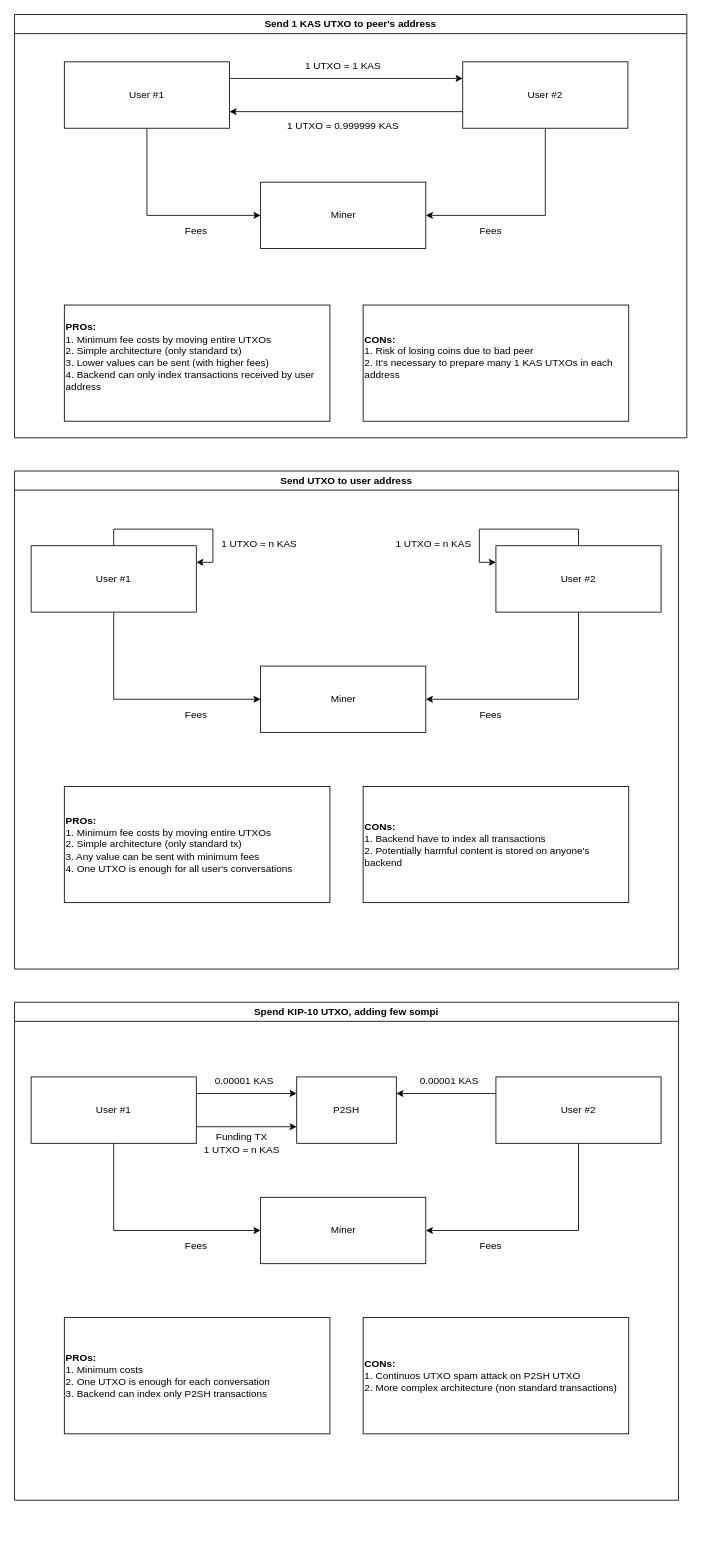
Earlier version of the draw.io diagram page "Scenarios" (3 of 3) of project-info/Architecture-dataflow.drawio (thesheepcat/kaspatalk-frontend). Source tidied: cells renumbered, new cells numbered last; positions are measured from the earlier drawing's top-left corner, leaving out a move shared by most shapes. Both pictures are drawn from the tidied source at 83%, with x=0, y=0 at pixel (14, 14).
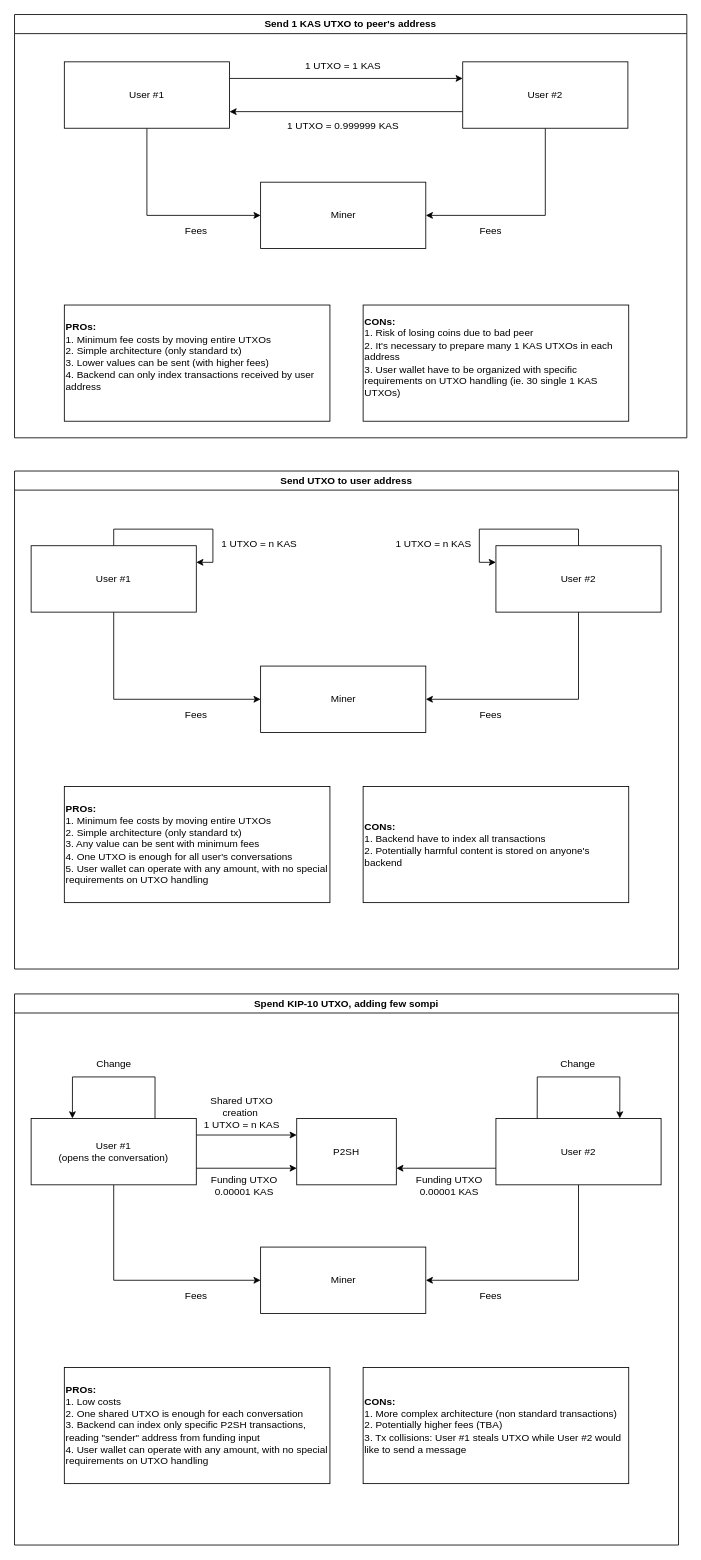
After the change.

The change refers to these unchanged cells:
```xml
<mxCell id="2" value="Send 1 KAS UTXO to peer's address" style="swimlane;whiteSpace=wrap;html=1;labelBackgroundColor=default;" parent="1" vertex="1">
  <mxGeometry width="810" height="510" as="geometry" />
</mxCell>
<mxCell id="16" value="Send UTXO to user address" style="swimlane;whiteSpace=wrap;html=1;labelBackgroundColor=default;" parent="1" vertex="1">
  <mxGeometry y="550" width="800" height="600" as="geometry" />
</mxCell>
```

What changed in the source:
```diff
@@
-    <mxCell id="10" value="&lt;b&gt;CONs:&lt;/b&gt;&lt;br&gt;1. Risk of losing coins due to bad peer&lt;div&gt;2. It's necessary to prepare many 1 KAS UTXOs in each address&lt;/div&gt;&lt;div&gt;&lt;br&gt;&lt;/div&gt;" style="rounded=0;whiteSpace=wrap;html=1;align=left;spacingLeft=0;" parent="2" vertex="1">
+    <mxCell id="10" value="&lt;b&gt;CONs:&lt;/b&gt;&lt;br&gt;1. Risk of losing coins due to bad peer&lt;div&gt;2. It's necessary to prepare many 1 KAS UTXOs in each address&lt;/div&gt;&lt;div&gt;3. User wallet have to be organized with specific&amp;nbsp; requirements on UTXO handling (ie. 30 single 1 KAS UTXOs)&amp;nbsp;&lt;/div&gt;&lt;div&gt;&lt;br&gt;&lt;/div&gt;" style="rounded=0;whiteSpace=wrap;html=1;align=left;spacingLeft=0;" parent="2" vertex="1">
       <mxGeometry x="420" y="350" width="320" height="140" as="geometry" />
     </mxCell>
@@
-    <mxCell id="23" value="&lt;b&gt;PROs:&lt;/b&gt;&lt;br&gt;1. Minimum fee costs by moving entire UTXOs&lt;div&gt;2. Simple architecture (only standard tx)&lt;/div&gt;&lt;div&gt;3. Any value can be sent with minimum fees&lt;/div&gt;&lt;div&gt;4. One UTXO is enough for all user's conversations&lt;/div&gt;" style="rounded=0;whiteSpace=wrap;html=1;align=left;" parent="16" vertex="1">
+    <mxCell id="23" value="&lt;b&gt;PROs:&lt;/b&gt;&lt;br&gt;1. Minimum fee costs by moving entire UTXOs&lt;div&gt;2. Simple architecture (only standard tx)&lt;/div&gt;&lt;div&gt;3. Any value can be sent with minimum fees&lt;/div&gt;&lt;div&gt;4. One UTXO is enough for all user's conversations&lt;br&gt;5. User wallet can operate with any amount, with no special requirements on UTXO handling&lt;/div&gt;" style="rounded=0;whiteSpace=wrap;html=1;align=left;" parent="16" vertex="1">
       <mxGeometry x="60" y="380" width="320" height="140" as="geometry" />
     </mxCell>
@@
     <mxCell id="30" value="Spend KIP-10 UTXO, adding few sompi" style="swimlane;whiteSpace=wrap;html=1;labelBackgroundColor=default;" parent="1" vertex="1">
-      <mxGeometry y="1190" width="800" height="600" as="geometry" />
+      <mxGeometry y="1180" width="800" height="664" as="geometry" />
     </mxCell>
@@
-    <mxCell id="32" style="edgeStyle=orthogonalEdgeStyle;rounded=0;jettySize=auto;html=1;exitX=1;exitY=0.75;exitDx=0;exitDy=0;entryX=0;entryY=0.75;entryDx=0;entryDy=0;" parent="30" edge="1" source="34" target="44">
-      <mxGeometry relative="1" as="geometry" />
+    <mxCell id="32" style="edgeStyle=orthogonalEdgeStyle;rounded=0;orthogonalLoop=1;jettySize=auto;html=1;exitX=1;exitY=0.75;exitDx=0;exitDy=0;entryX=0;entryY=0.75;entryDx=0;entryDy=0;" parent="30" edge="1">
+      <mxGeometry relative="1" as="geometry">
+        <mxPoint x="219" y="170" as="sourcePoint" />
+        <mxPoint x="340" y="170" as="targetPoint" />
+      </mxGeometry>
     </mxCell>
-    <mxCell id="33" style="edgeStyle=orthogonalEdgeStyle;rounded=0;jettySize=auto;html=1;exitX=1;exitY=0.25;exitDx=0;exitDy=0;entryX=0;entryY=0.25;entryDx=0;entryDy=0;" parent="30" edge="1" source="34" target="44">
-      <mxGeometry relative="1" as="geometry" />
+    <mxCell id="33" style="edgeStyle=orthogonalEdgeStyle;rounded=0;orthogonalLoop=1;jettySize=auto;html=1;exitX=1;exitY=0.25;exitDx=0;exitDy=0;entryX=0;entryY=0.25;entryDx=0;entryDy=0;" parent="30" edge="1">
+      <mxGeometry relative="1" as="geometry">
+        <mxPoint x="219" y="210" as="sourcePoint" />
+        <mxPoint x="340" y="210" as="targetPoint" />
+      </mxGeometry>
     </mxCell>
-    <mxCell id="34" value="User #1" style="rounded=0;whiteSpace=wrap;html=1;" parent="30" vertex="1">
-      <mxGeometry x="20" y="90" width="199" height="80" as="geometry" />
+    <mxCell id="34" value="User #1&lt;br&gt;(opens the conversation)" style="rounded=0;whiteSpace=wrap;html=1;" parent="30" vertex="1">
+      <mxGeometry x="20" y="150" width="199" height="80" as="geometry" />
     </mxCell>
@@
-    <mxCell id="36" style="edgeStyle=orthogonalEdgeStyle;rounded=0;jettySize=auto;html=1;exitX=0;exitY=0.25;exitDx=0;exitDy=0;entryX=1;entryY=0.25;entryDx=0;entryDy=0;" parent="30" edge="1" source="37" target="44">
-      <mxGeometry relative="1" as="geometry" />
+    <mxCell id="36" style="edgeStyle=orthogonalEdgeStyle;rounded=0;orthogonalLoop=1;jettySize=auto;html=1;exitX=0;exitY=0.25;exitDx=0;exitDy=0;entryX=1;entryY=0.25;entryDx=0;entryDy=0;" parent="30" edge="1">
+      <mxGeometry relative="1" as="geometry">
+        <mxPoint x="580" y="210" as="sourcePoint" />
+        <mxPoint x="460" y="210" as="targetPoint" />
+      </mxGeometry>
     </mxCell>
     <mxCell id="37" value="User #2" style="rounded=0;whiteSpace=wrap;html=1;" parent="30" vertex="1">
-      <mxGeometry x="580" y="90" width="199" height="80" as="geometry" />
+      <mxGeometry x="580" y="150" width="199" height="80" as="geometry" />
     </mxCell>
-    <mxCell id="38" value="&lt;b&gt;PROs:&lt;/b&gt;&lt;br&gt;1. Minimum costs&lt;div&gt;&lt;span style=&quot;background-color: transparent; color: light-dark(rgb(0, 0, 0), rgb(255, 255, 255));&quot;&gt;2. One UTXO is enough for each conversation&lt;br&gt;3.&amp;nbsp;&lt;/span&gt;&lt;span style=&quot;background-color: transparent; color: light-dark(rgb(0, 0, 0), rgb(255, 255, 255));&quot;&gt;Backend can index only P2SH transactions&lt;/span&gt;&lt;/div&gt;" style="rounded=0;whiteSpace=wrap;html=1;align=left;" parent="30" vertex="1">
-      <mxGeometry x="60" y="380" width="320" height="140" as="geometry" />
+    <mxCell id="38" value="&lt;b&gt;PROs:&lt;/b&gt;&lt;br&gt;1. Low costs&lt;div&gt;&lt;span style=&quot;background-color: transparent; color: light-dark(rgb(0, 0, 0), rgb(255, 255, 255));&quot;&gt;2. One shared UTXO is enough for each conversation&lt;br&gt;3.&amp;nbsp;&lt;/span&gt;&lt;span style=&quot;background-color: transparent; color: light-dark(rgb(0, 0, 0), rgb(255, 255, 255));&quot;&gt;Backend can index only specific P2SH transactions, reading &quot;sender&quot; address from funding input&lt;br&gt;4. User wallet can operate with any amount, with no special requirements on UTXO handling&lt;/span&gt;&lt;/div&gt;" style="rounded=0;whiteSpace=wrap;html=1;align=left;" parent="30" vertex="1">
+      <mxGeometry x="60" y="450" width="320" height="140" as="geometry" />
     </mxCell>
-    <mxCell id="39" value="&lt;b&gt;CONs:&lt;/b&gt;&lt;br&gt;&lt;span style=&quot;background-color: transparent; color: light-dark(rgb(0, 0, 0), rgb(255, 255, 255));&quot;&gt;1. Continuos UTXO spam attack on P2SH UTXO&lt;br&gt;2. More complex architecture (non standard transactions)&lt;/span&gt;" style="rounded=0;whiteSpace=wrap;html=1;align=left;spacingLeft=0;" parent="30" vertex="1">
-      <mxGeometry x="420" y="380" width="320" height="140" as="geometry" />
+    <mxCell id="39" value="&lt;b&gt;CONs:&lt;/b&gt;&lt;br&gt;&lt;span style=&quot;background-color: transparent; color: light-dark(rgb(0, 0, 0), rgb(255, 255, 255));&quot;&gt;1. More complex architecture (non standard transactions)&lt;br&gt;2. Potentially higher fees (TBA)&lt;br&gt;3. Tx collisions: User #1 steals UTXO while User #2 would like to send a message&lt;/span&gt;" style="rounded=0;whiteSpace=wrap;html=1;align=left;spacingLeft=0;" parent="30" vertex="1">
+      <mxGeometry x="420" y="450" width="320" height="140" as="geometry" />
     </mxCell>
-    <mxCell id="40" value="0.00001 KAS" style="text;html=1;align=center;verticalAlign=middle;whiteSpace=wrap;rounded=0;" parent="30" vertex="1">
-      <mxGeometry x="222" y="80" width="110" height="30" as="geometry" />
+    <mxCell id="40" value="Funding UTXO&lt;br&gt;0.00001 KAS" style="text;html=1;align=center;verticalAlign=middle;whiteSpace=wrap;rounded=0;" parent="30" vertex="1">
+      <mxGeometry x="222" y="216" width="110" height="30" as="geometry" />
     </mxCell>
     <mxCell id="41" value="Miner" style="rounded=0;whiteSpace=wrap;html=1;" parent="30" vertex="1">
-      <mxGeometry x="296.5" y="235" width="199" height="80" as="geometry" />
+      <mxGeometry x="296.5" y="305" width="199" height="80" as="geometry" />
     </mxCell>
     <mxCell id="42" value="Fees" style="text;html=1;align=center;verticalAlign=middle;whiteSpace=wrap;rounded=0;" parent="30" vertex="1">
-      <mxGeometry x="184" y="280" width="70" height="28.2" as="geometry" />
+      <mxGeometry x="184" y="350" width="70" height="28.2" as="geometry" />
     </mxCell>
     <mxCell id="43" value="Fees" style="text;html=1;align=center;verticalAlign=middle;whiteSpace=wrap;rounded=0;" parent="30" vertex="1">
-      <mxGeometry x="539" y="280" width="70" height="28.2" as="geometry" />
+      <mxGeometry x="539" y="350" width="70" height="28.2" as="geometry" />
     </mxCell>
     <mxCell id="44" value="P2SH" style="rounded=0;whiteSpace=wrap;html=1;" parent="30" vertex="1">
-      <mxGeometry x="340" y="90" width="120" height="80" as="geometry" />
+      <mxGeometry x="340" y="150" width="120" height="80" as="geometry" />
     </mxCell>
-    <mxCell id="45" value="Funding TX&lt;br&gt;1 UTXO = n KAS" style="text;html=1;align=center;verticalAlign=middle;whiteSpace=wrap;rounded=0;" parent="30" vertex="1">
-      <mxGeometry x="219" y="155" width="110" height="30" as="geometry" />
+    <mxCell id="45" value="Shared UTXO creation&amp;nbsp;&lt;br&gt;1 UTXO = n KAS" style="text;html=1;align=center;verticalAlign=middle;whiteSpace=wrap;rounded=0;" parent="30" vertex="1">
+      <mxGeometry x="219" y="120" width="110" height="45" as="geometry" />
     </mxCell>
-    <mxCell id="46" value="0.00001 KAS" style="text;html=1;align=center;verticalAlign=middle;whiteSpace=wrap;rounded=0;" parent="30" vertex="1">
-      <mxGeometry x="469" y="80" width="110" height="30" as="geometry" />
+    <mxCell id="46" value="Funding UTXO&lt;br&gt;0.00001 KAS" style="text;html=1;align=center;verticalAlign=middle;whiteSpace=wrap;rounded=0;" parent="30" vertex="1">
+      <mxGeometry x="469" y="216" width="110" height="30" as="geometry" />
     </mxCell>
+    <mxCell id="47" style="edgeStyle=orthogonalEdgeStyle;rounded=0;orthogonalLoop=1;jettySize=auto;html=1;exitX=0.75;exitY=0;exitDx=0;exitDy=0;entryX=0.25;entryY=0;entryDx=0;entryDy=0;" parent="30" edge="1" source="34" target="34">
+      <mxGeometry relative="1" as="geometry">
+        <Array as="points">
+          <mxPoint x="169" y="100" />
+          <mxPoint x="70" y="100" />
+        </Array>
+      </mxGeometry>
+    </mxCell>
+    <mxCell id="48" style="edgeStyle=orthogonalEdgeStyle;rounded=0;orthogonalLoop=1;jettySize=auto;html=1;exitX=0.25;exitY=0;exitDx=0;exitDy=0;entryX=0.75;entryY=0;entryDx=0;entryDy=0;" parent="30" edge="1" source="37" target="37">
+      <mxGeometry relative="1" as="geometry">
+        <Array as="points">
+          <mxPoint x="630" y="100" />
+          <mxPoint x="729" y="100" />
+        </Array>
+      </mxGeometry>
+    </mxCell>
+    <mxCell id="49" value="Change" style="text;html=1;align=center;verticalAlign=middle;whiteSpace=wrap;rounded=0;" parent="30" vertex="1">
+      <mxGeometry x="64.5" y="70" width="110" height="30" as="geometry" />
+    </mxCell>
+    <mxCell id="50" value="Change" style="text;html=1;align=center;verticalAlign=middle;whiteSpace=wrap;rounded=0;" parent="30" vertex="1">
+      <mxGeometry x="624" y="70" width="110" height="30" as="geometry" />
+    </mxCell>
```
